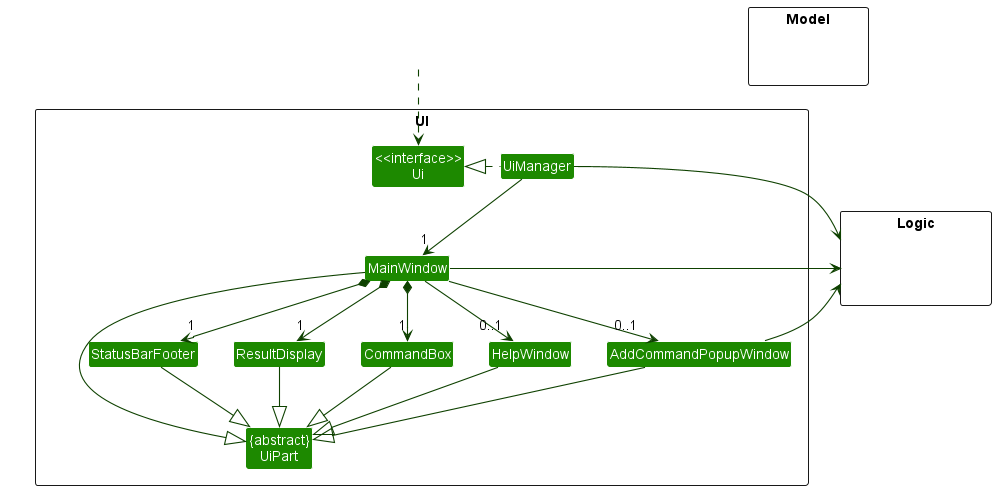
nus-cs2103-AY2223S1/tp keeps this PlantUML diagram as docs/images/UiClassDiagram.png. Above is the earlier version.
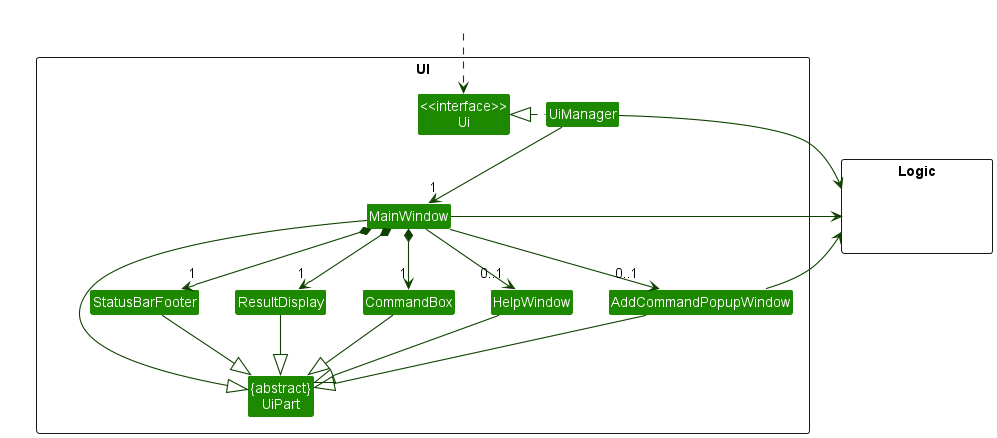
After the change.

The edit, as a diff of the source:
```diff
@@ -14,10 +14,6 @@
 Class StatusBarFooter
 Class CommandBox
 Class AddCommandPopupWindow
-}
-
-package Model <<Rectangle>> {
-Class HiddenModel #FFFFFF
 }
 
 package Logic <<Rectangle>> {
```
